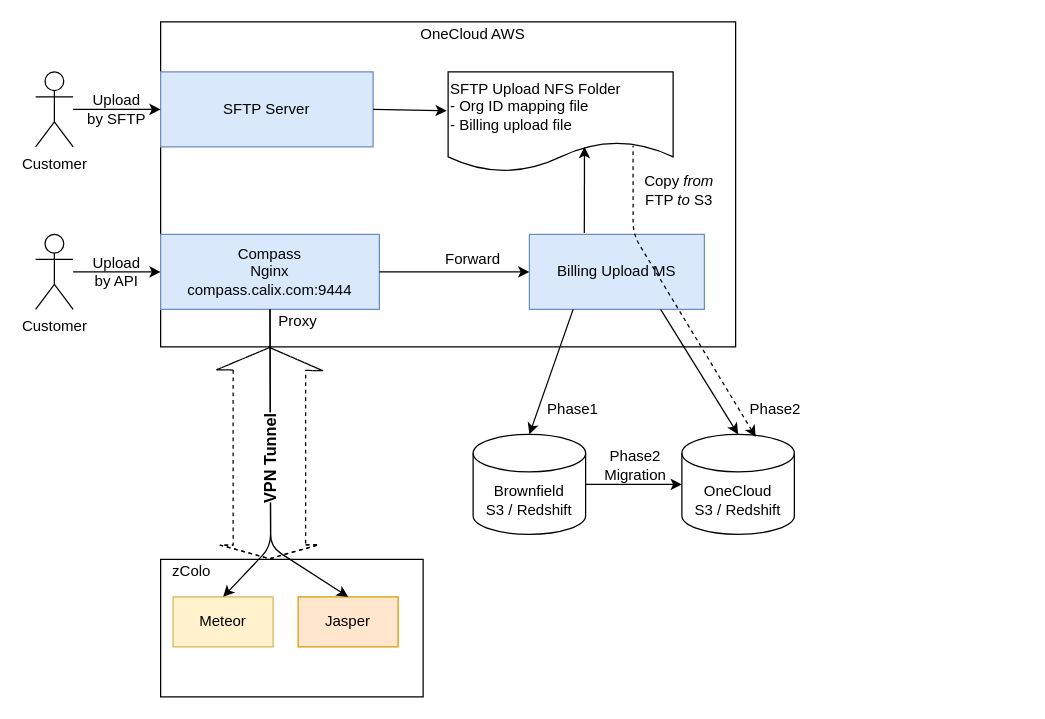
Above: billing-upload-design.drawio in meggarr/my-draws (draw.io), before the change. Source tidied: cells renumbered, new cells numbered last; positions are measured from the earlier drawing's top-left corner, leaving out a move shared by most shapes. Both pictures are drawn from the tidied source at 125%, with x=0, y=0 at pixel (35, 21).
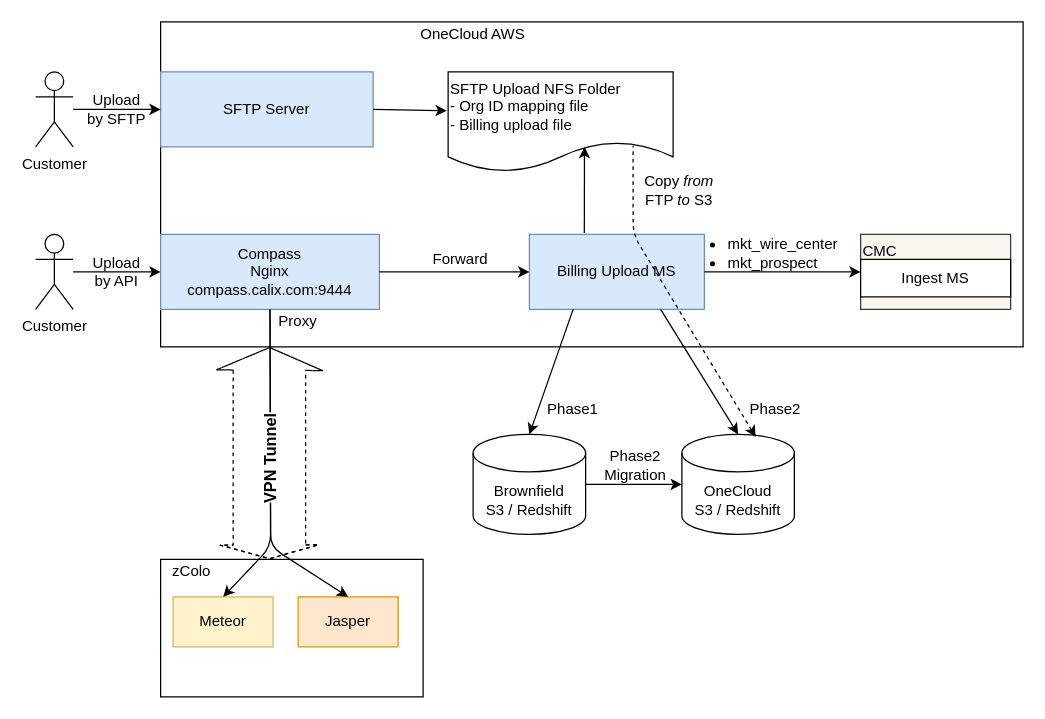
After the change.

Unchanged cells that the change refers to:
```xml
<mxCell id="5" value="Billing Upload MS" style="rounded=0;whiteSpace=wrap;html=1;fillColor=#dae8fc;strokeColor=#6c8ebf;" parent="1" vertex="1">
  <mxGeometry x="395" y="170" width="140" height="60" as="geometry" />
</mxCell>
```

Change to the diagram source:
```diff
@@
     <mxCell id="2" style="rounded=0;whiteSpace=wrap;html=1;align=left;" parent="1" vertex="1">
-      <mxGeometry x="100" width="460" height="260" as="geometry" />
+      <mxGeometry x="100" width="690" height="260" as="geometry" />
     </mxCell>
@@
     <mxCell id="17" value="Forward" style="text;html=1;strokeColor=none;fillColor=none;align=center;verticalAlign=middle;whiteSpace=wrap;rounded=0;" parent="1" vertex="1">
-      <mxGeometry x="330" y="180" width="40" height="20" as="geometry" />
+      <mxGeometry x="310" y="180" width="60" height="20" as="geometry" />
     </mxCell>
@@
+    <mxCell id="37" value="&lt;div align=&quot;left&quot;&gt;CMC&lt;/div&gt;" style="rounded=0;whiteSpace=wrap;html=1;fillColor=#f9f7ed;strokeColor=#36393d;align=left;verticalAlign=top;" parent="1" vertex="1">
+      <mxGeometry x="660" y="170" width="120" height="60" as="geometry" />
+    </mxCell>
+    <mxCell id="38" style="endArrow=classic;html=1;entryX=0;entryY=0.5;entryDx=0;entryDy=0;exitX=1;exitY=0.5;exitDx=0;exitDy=0;" parent="1" edge="1" source="5" target="37">
+      <mxGeometry relative="1" as="geometry" />
+    </mxCell>
+    <mxCell id="39" value="&lt;div&gt;&lt;ul&gt;&lt;li&gt;mkt_wire_center&lt;/li&gt;&lt;li&gt;mkt_prospect&lt;br&gt;&lt;/li&gt;&lt;/ul&gt;&lt;/div&gt;" style="text;html=1;strokeColor=none;fillColor=none;align=left;verticalAlign=middle;whiteSpace=wrap;rounded=0;labelPosition=center;verticalLabelPosition=middle;" parent="1" vertex="1">
+      <mxGeometry x="512" y="170" width="160" height="30" as="geometry" />
+    </mxCell>
+    <mxCell id="40" value="Ingest MS" style="rounded=0;whiteSpace=wrap;html=1;align=center;" parent="1" vertex="1">
+      <mxGeometry x="660" y="190" width="120" height="30" as="geometry" />
+    </mxCell>
```
